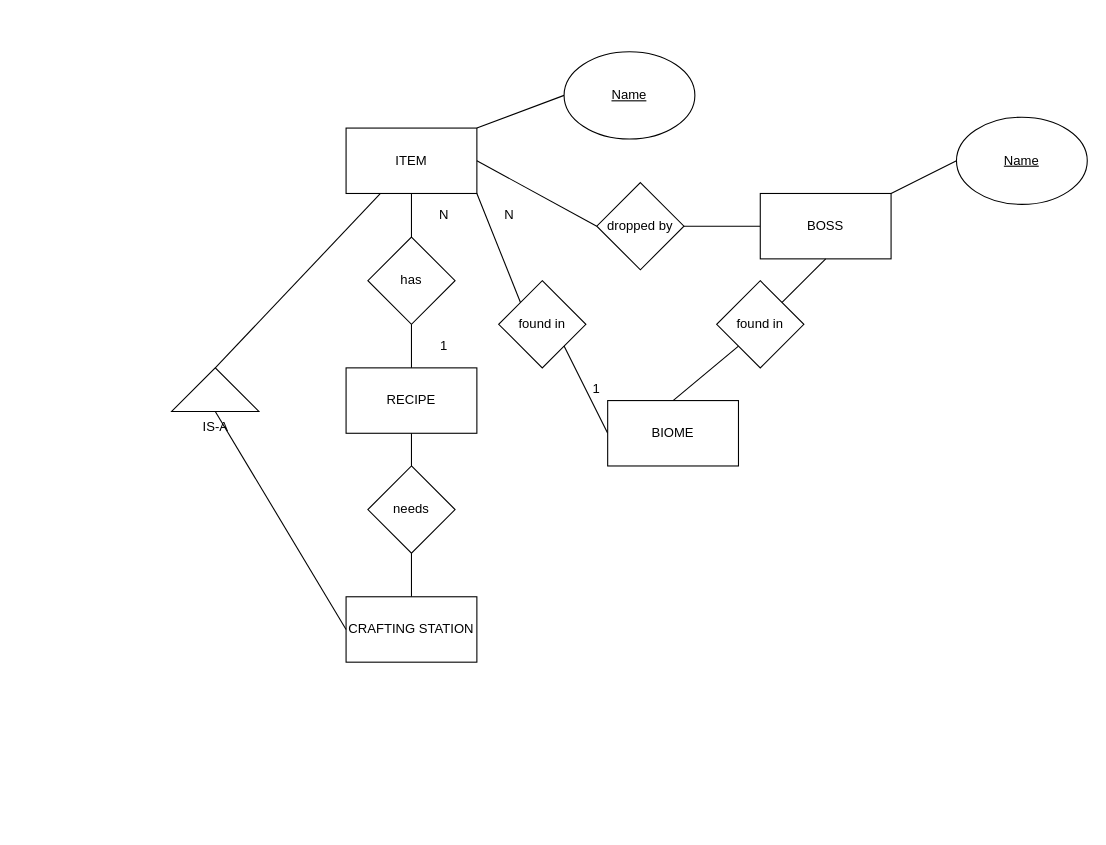
Earlier version of the draw.io diagram Terraria.drawio (ahridesu/guioes-BD). Source tidied: cells renumbered, new cells numbered last; positions are measured from the earlier drawing's top-left corner, leaving out a move shared by most shapes. Both pictures are drawn from the tidied source at 109%, with x=0, y=0 at pixel (171, 51).
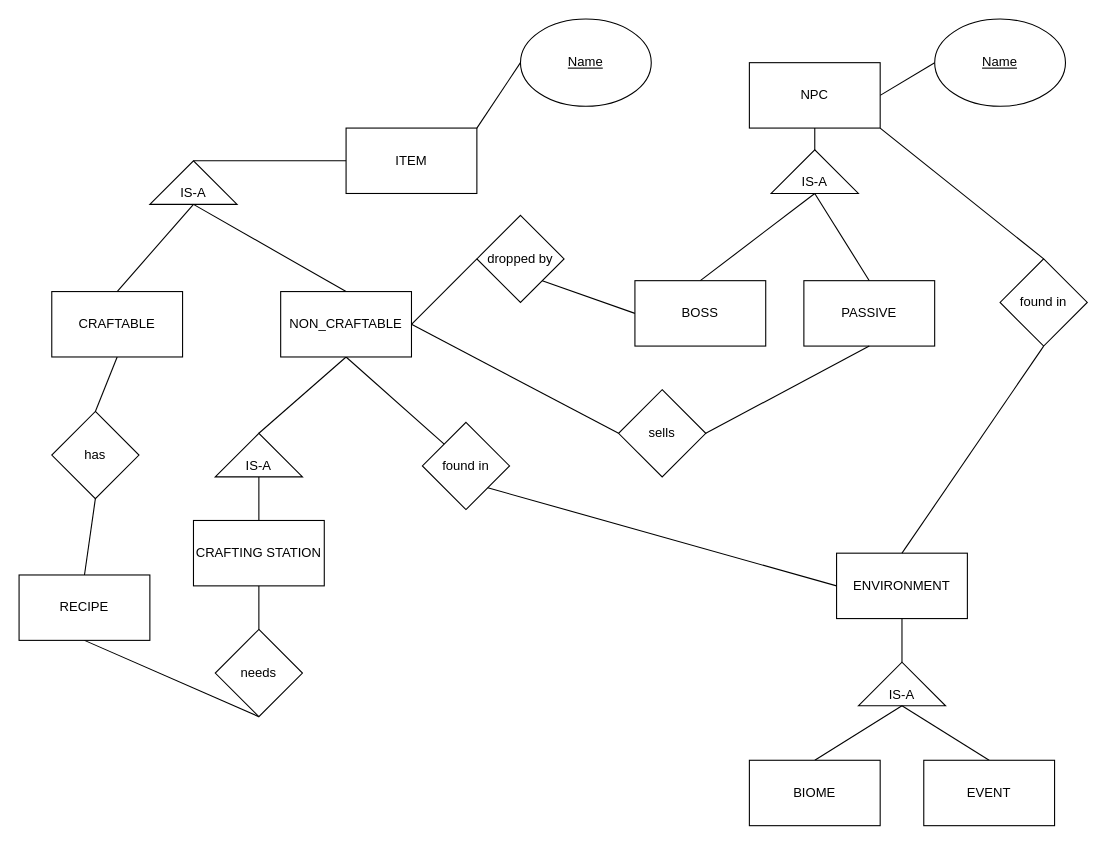
The same page after the edit.

Unchanged cells that the change refers to:
```xml
<mxCell id="2" value="ITEM" style="rounded=0;whiteSpace=wrap;html=1;" parent="1" vertex="1">
  <mxGeometry x="160" y="70" width="120" height="60" as="geometry" />
</mxCell>
```

What changed in the source:
```diff
@@
     <mxCell id="4" value="&lt;u&gt;Name&lt;/u&gt;" style="ellipse;whiteSpace=wrap;html=1;" parent="1" vertex="1">
-      <mxGeometry x="360" width="120" height="80" as="geometry" />
+      <mxGeometry x="320" y="-30" width="120" height="80" as="geometry" />
     </mxCell>
-    <mxCell id="5" style="endArrow=none;html=1;entryX=0.5;entryY=1;entryDx=0;entryDy=0;exitX=0.5;exitY=0;exitDx=0;exitDy=0;" parent="1" edge="1" source="6" target="2">
+    <mxCell id="5" style="endArrow=none;html=1;exitX=0.5;exitY=0;exitDx=0;exitDy=0;entryX=0.5;entryY=1;entryDx=0;entryDy=0;" parent="1" edge="1" source="6" target="34">
       <mxGeometry relative="1" as="geometry" />
     </mxCell>
     <mxCell id="6" value="has" style="rhombus;whiteSpace=wrap;html=1;" parent="1" vertex="1">
-      <mxGeometry x="180" y="170" width="80" height="80" as="geometry" />
+      <mxGeometry x="-110" y="330" width="80" height="80" as="geometry" />
     </mxCell>
-    <mxCell id="7" style="endArrow=none;html=1;entryX=0.5;entryY=1;entryDx=0;entryDy=0;exitX=0.5;exitY=0;exitDx=0;exitDy=0;" parent="1" edge="1" source="8" target="6">
+    <mxCell id="7" style="endArrow=none;html=1;exitX=0.5;exitY=0;exitDx=0;exitDy=0;entryX=0.5;entryY=1;entryDx=0;entryDy=0;" parent="1" edge="1" source="8" target="6">
       <mxGeometry relative="1" as="geometry" />
     </mxCell>
     <mxCell id="8" value="RECIPE" style="rounded=0;whiteSpace=wrap;html=1;" parent="1" vertex="1">
-      <mxGeometry x="160" y="290" width="120" height="60" as="geometry" />
+      <mxGeometry x="-140" y="480" width="120" height="60" as="geometry" />
     </mxCell>
-    <mxCell id="9" value="N" style="text;html=1;strokeColor=none;fillColor=none;align=center;verticalAlign=middle;whiteSpace=wrap;rounded=0;" parent="1" vertex="1">
-      <mxGeometry x="230" y="140" width="40" height="20" as="geometry" />
-    </mxCell>
-    <mxCell id="10" value="1" style="text;html=1;strokeColor=none;fillColor=none;align=center;verticalAlign=middle;whiteSpace=wrap;rounded=0;" parent="1" vertex="1">
-      <mxGeometry x="230" y="260" width="40" height="20" as="geometry" />
-    </mxCell>
     <mxCell id="11" value="found in" style="rhombus;whiteSpace=wrap;html=1;" parent="1" vertex="1">
-      <mxGeometry x="300" y="210" width="80" height="80" as="geometry" />
+      <mxGeometry x="230" y="340" width="80" height="80" as="geometry" />
     </mxCell>
-    <mxCell id="12" style="endArrow=none;html=1;entryX=0;entryY=0;entryDx=0;entryDy=0;exitX=1;exitY=1;exitDx=0;exitDy=0;" parent="1" edge="1" source="2" target="11">
+    <mxCell id="12" style="endArrow=none;html=1;entryX=0;entryY=0;entryDx=0;entryDy=0;exitX=0.5;exitY=1;exitDx=0;exitDy=0;" parent="1" edge="1" source="36" target="11">
       <mxGeometry relative="1" as="geometry" />
     </mxCell>
@@
-    <mxCell id="14" style="endArrow=none;html=1;entryX=0.5;entryY=1;entryDx=0;entryDy=0;exitX=0.5;exitY=0;exitDx=0;exitDy=0;" parent="1" edge="1" source="15" target="8">
+    <mxCell id="14" style="endArrow=none;html=1;exitX=0.5;exitY=1;exitDx=0;exitDy=0;entryX=0.5;entryY=1;entryDx=0;entryDy=0;" parent="1" edge="1" source="15" target="8">
       <mxGeometry relative="1" as="geometry" />
     </mxCell>
     <mxCell id="15" value="needs" style="rhombus;whiteSpace=wrap;html=1;" parent="1" vertex="1">
-      <mxGeometry x="180" y="380" width="80" height="80" as="geometry" />
+      <mxGeometry x="40" y="530" width="80" height="80" as="geometry" />
     </mxCell>
-    <mxCell id="16" style="endArrow=none;html=1;entryX=0.5;entryY=1;entryDx=0;entryDy=0;" parent="1" edge="1" target="15">
-      <mxGeometry relative="1" as="geometry">
-        <mxPoint x="220" y="500" as="sourcePoint" />
-      </mxGeometry>
+    <mxCell id="16" style="endArrow=none;html=1;entryX=0.5;entryY=0;entryDx=0;entryDy=0;exitX=0.5;exitY=1;exitDx=0;exitDy=0;" parent="1" edge="1" source="17" target="15">
+      <mxGeometry relative="1" as="geometry" />
     </mxCell>
     <mxCell id="17" value="CRAFTING STATION" style="rounded=0;whiteSpace=wrap;html=1;" parent="1" vertex="1">
-      <mxGeometry x="160" y="500" width="120" height="60" as="geometry" />
+      <mxGeometry x="20" y="430" width="120" height="60" as="geometry" />
     </mxCell>
-    <mxCell id="18" value="BIOME" style="rounded=0;whiteSpace=wrap;html=1;" parent="1" vertex="1">
-      <mxGeometry x="400" y="320" width="120" height="60" as="geometry" />
+    <mxCell id="18" value="ENVIRONMENT" style="rounded=0;whiteSpace=wrap;html=1;" parent="1" vertex="1">
+      <mxGeometry x="610" y="460" width="120" height="60" as="geometry" />
     </mxCell>
-    <mxCell id="19" style="endArrow=none;html=1;exitX=1;exitY=0.5;exitDx=0;exitDy=0;entryX=0;entryY=0.5;entryDx=0;entryDy=0;" parent="1" edge="1" source="2" target="20">
+    <mxCell id="19" style="endArrow=none;html=1;entryX=0;entryY=0.5;entryDx=0;entryDy=0;exitX=1;exitY=0.5;exitDx=0;exitDy=0;" parent="1" edge="1" source="36" target="20">
       <mxGeometry relative="1" as="geometry" />
     </mxCell>
     <mxCell id="20" value="dropped by" style="rhombus;whiteSpace=wrap;html=1;" parent="1" vertex="1">
-      <mxGeometry x="390" y="120" width="80" height="80" as="geometry" />
+      <mxGeometry x="280" y="150" width="80" height="80" as="geometry" />
     </mxCell>
-    <mxCell id="21" style="endArrow=none;html=1;exitX=1;exitY=0.5;exitDx=0;exitDy=0;entryX=0;entryY=0.5;entryDx=0;entryDy=0;" parent="1" edge="1" source="20" target="22">
+    <mxCell id="21" style="endArrow=none;html=1;exitX=1;exitY=1;exitDx=0;exitDy=0;entryX=0;entryY=0.5;entryDx=0;entryDy=0;" parent="1" edge="1" source="20" target="22">
       <mxGeometry relative="1" as="geometry" />
     </mxCell>
     <mxCell id="22" value="BOSS" style="rounded=0;whiteSpace=wrap;html=1;" parent="1" vertex="1">
-      <mxGeometry x="540" y="130" width="120" height="60" as="geometry" />
+      <mxGeometry x="425" y="210" width="120" height="60" as="geometry" />
     </mxCell>
-    <mxCell id="23" style="endArrow=none;html=1;exitX=1;exitY=0;exitDx=0;exitDy=0;entryX=0;entryY=0.5;entryDx=0;entryDy=0;" parent="1" edge="1" source="22" target="24">
+    <mxCell id="23" style="endArrow=none;html=1;exitX=1;exitY=0.5;exitDx=0;exitDy=0;entryX=0;entryY=0.5;entryDx=0;entryDy=0;" parent="1" edge="1" source="38" target="24">
       <mxGeometry relative="1" as="geometry" />
     </mxCell>
     <mxCell id="24" value="&lt;u&gt;Name&lt;/u&gt;" style="ellipse;whiteSpace=wrap;html=1;" parent="1" vertex="1">
-      <mxGeometry x="720" y="60" width="120" height="80" as="geometry" />
+      <mxGeometry x="700" y="-30" width="120" height="80" as="geometry" />
     </mxCell>
     <mxCell id="25" value="found in" style="rhombus;whiteSpace=wrap;html=1;" parent="1" vertex="1">
-      <mxGeometry x="500" y="210" width="80" height="80" as="geometry" />
+      <mxGeometry x="760" y="190" width="80" height="80" as="geometry" />
     </mxCell>
-    <mxCell id="26" style="endArrow=none;html=1;entryX=1;entryY=0;entryDx=0;entryDy=0;exitX=0.5;exitY=1;exitDx=0;exitDy=0;" parent="1" edge="1" source="22" target="25">
+    <mxCell id="26" style="endArrow=none;html=1;entryX=0.5;entryY=0;entryDx=0;entryDy=0;exitX=1;exitY=1;exitDx=0;exitDy=0;" parent="1" edge="1" source="38" target="25">
       <mxGeometry relative="1" as="geometry" />
     </mxCell>
-    <mxCell id="27" style="endArrow=none;html=1;exitX=0;exitY=1;exitDx=0;exitDy=0;entryX=0.5;entryY=0;entryDx=0;entryDy=0;" parent="1" edge="1" source="25" target="18">
+    <mxCell id="27" style="endArrow=none;html=1;exitX=0.5;exitY=1;exitDx=0;exitDy=0;entryX=0.5;entryY=0;entryDx=0;entryDy=0;" parent="1" edge="1" source="25" target="18">
       <mxGeometry relative="1" as="geometry" />
     </mxCell>
-    <mxCell id="28" style="endArrow=none;html=1;entryX=0;entryY=0;entryDx=40;entryDy=0;entryPerimeter=0;" parent="1" edge="1" source="2" target="29">
+    <mxCell id="28" style="endArrow=none;html=1;entryX=0;entryY=0;entryDx=40;entryDy=0;entryPerimeter=0;exitX=0;exitY=0.5;exitDx=0;exitDy=0;" parent="1" edge="1" source="2" target="29">
       <mxGeometry relative="1" as="geometry" />
     </mxCell>
-    <mxCell id="29" value="IS-A" style="verticalLabelPosition=bottom;verticalAlign=top;html=1;shape=mxgraph.basic.acute_triangle;dx=0.5;" parent="1" vertex="1">
-      <mxGeometry y="290" width="80" height="40" as="geometry" />
+    <mxCell id="29" style="verticalLabelPosition=bottom;verticalAlign=top;html=1;shape=mxgraph.basic.acute_triangle;dx=0.5;" parent="1" vertex="1">
+      <mxGeometry x="-20" y="100" width="80" height="40" as="geometry" />
     </mxCell>
-    <mxCell id="30" style="endArrow=none;html=1;exitX=0.5;exitY=1;exitDx=0;exitDy=0;exitPerimeter=0;entryX=0;entryY=0.5;entryDx=0;entryDy=0;" parent="1" edge="1" source="29" target="17">
+    <mxCell id="30" style="endArrow=none;html=1;exitX=0.5;exitY=1;exitDx=0;exitDy=0;entryX=0;entryY=0;entryDx=40;entryDy=0;entryPerimeter=0;" parent="1" edge="1" source="36" target="43">
       <mxGeometry relative="1" as="geometry" />
     </mxCell>
-    <mxCell id="31" value="N" style="text;html=1;strokeColor=none;fillColor=none;align=center;verticalAlign=middle;whiteSpace=wrap;rounded=0;" parent="1" vertex="1">
-      <mxGeometry x="290" y="140" width="40" height="20" as="geometry" />
-    </mxCell>
-    <mxCell id="32" value="1" style="text;html=1;strokeColor=none;fillColor=none;align=center;verticalAlign=middle;whiteSpace=wrap;rounded=0;" parent="1" vertex="1">
-      <mxGeometry x="370" y="300" width="40" height="20" as="geometry" />
-    </mxCell>
+    <mxCell id="33" style="endArrow=none;html=1;exitX=0.5;exitY=1;exitDx=0;exitDy=0;exitPerimeter=0;entryX=0.5;entryY=0;entryDx=0;entryDy=0;" parent="1" edge="1" source="29" target="34">
+      <mxGeometry relative="1" as="geometry" />
+    </mxCell>
+    <mxCell id="34" value="CRAFTABLE" style="rounded=0;whiteSpace=wrap;html=1;" parent="1" vertex="1">
+      <mxGeometry x="-110" y="220" width="120" height="60" as="geometry" />
+    </mxCell>
+    <mxCell id="35" style="endArrow=none;html=1;exitX=0.5;exitY=1;exitDx=0;exitDy=0;exitPerimeter=0;entryX=0.5;entryY=0;entryDx=0;entryDy=0;" parent="1" edge="1" source="29" target="36">
+      <mxGeometry relative="1" as="geometry" />
+    </mxCell>
+    <mxCell id="36" value="NON_CRAFTABLE" style="rounded=0;whiteSpace=wrap;html=1;" parent="1" vertex="1">
+      <mxGeometry x="100" y="220" width="120" height="60" as="geometry" />
+    </mxCell>
+    <mxCell id="37" value="IS-A" style="text;html=1;strokeColor=none;fillColor=none;align=center;verticalAlign=middle;whiteSpace=wrap;rounded=0;" parent="1" vertex="1">
+      <mxGeometry y="120" width="40" height="20" as="geometry" />
+    </mxCell>
+    <mxCell id="38" value="NPC" style="rounded=0;whiteSpace=wrap;html=1;" parent="1" vertex="1">
+      <mxGeometry x="530" y="10" width="120" height="60" as="geometry" />
+    </mxCell>
+    <mxCell id="39" style="verticalLabelPosition=bottom;verticalAlign=top;html=1;shape=mxgraph.basic.acute_triangle;dx=0.5;" parent="1" vertex="1">
+      <mxGeometry x="550" y="90" width="80" height="40" as="geometry" />
+    </mxCell>
+    <mxCell id="40" value="IS-A" style="text;html=1;strokeColor=none;fillColor=none;align=center;verticalAlign=middle;whiteSpace=wrap;rounded=0;" parent="1" vertex="1">
+      <mxGeometry x="570" y="110" width="40" height="20" as="geometry" />
+    </mxCell>
+    <mxCell id="41" style="endArrow=none;html=1;entryX=0.5;entryY=0;entryDx=0;entryDy=0;exitX=0.5;exitY=1;exitDx=0;exitDy=0;" parent="1" edge="1" source="40" target="22">
+      <mxGeometry relative="1" as="geometry" />
+    </mxCell>
+    <mxCell id="42" style="endArrow=none;html=1;exitX=0;exitY=0;exitDx=40;exitDy=0;exitPerimeter=0;entryX=0.5;entryY=1;entryDx=0;entryDy=0;" parent="1" edge="1" source="39" target="38">
+      <mxGeometry relative="1" as="geometry" />
+    </mxCell>
+    <mxCell id="43" style="verticalLabelPosition=bottom;verticalAlign=top;html=1;shape=mxgraph.basic.acute_triangle;dx=0.5;" parent="1" vertex="1">
+      <mxGeometry x="40" y="350" width="80" height="40" as="geometry" />
+    </mxCell>
+    <mxCell id="44" value="IS-A" style="text;html=1;strokeColor=none;fillColor=none;align=center;verticalAlign=middle;whiteSpace=wrap;rounded=0;" parent="1" vertex="1">
+      <mxGeometry x="60" y="370" width="40" height="20" as="geometry" />
+    </mxCell>
+    <mxCell id="45" style="endArrow=none;html=1;entryX=0.5;entryY=1;entryDx=0;entryDy=0;exitX=0.5;exitY=0;exitDx=0;exitDy=0;" parent="1" edge="1" source="17" target="44">
+      <mxGeometry relative="1" as="geometry" />
+    </mxCell>
+    <mxCell id="46" style="endArrow=none;html=1;entryX=0.5;entryY=1;entryDx=0;entryDy=0;exitX=0.5;exitY=0;exitDx=0;exitDy=0;" parent="1" edge="1" source="47" target="40">
+      <mxGeometry relative="1" as="geometry" />
+    </mxCell>
+    <mxCell id="47" value="PASSIVE" style="rounded=0;whiteSpace=wrap;html=1;" parent="1" vertex="1">
+      <mxGeometry x="580" y="210" width="120" height="60" as="geometry" />
+    </mxCell>
+    <mxCell id="48" style="endArrow=none;html=1;entryX=0.5;entryY=1;entryDx=0;entryDy=0;exitX=1;exitY=0.5;exitDx=0;exitDy=0;" parent="1" edge="1" source="49" target="47">
+      <mxGeometry relative="1" as="geometry" />
+    </mxCell>
+    <mxCell id="49" value="sells" style="rhombus;whiteSpace=wrap;html=1;" parent="1" vertex="1">
+      <mxGeometry x="410" y="310" width="80" height="80" as="geometry" />
+    </mxCell>
+    <mxCell id="50" style="endArrow=none;html=1;entryX=0;entryY=0.5;entryDx=0;entryDy=0;exitX=1;exitY=0.5;exitDx=0;exitDy=0;" parent="1" edge="1" source="36" target="49">
+      <mxGeometry relative="1" as="geometry" />
+    </mxCell>
+    <mxCell id="51" style="endArrow=none;html=1;entryX=0.5;entryY=1;entryDx=0;entryDy=0;exitX=0;exitY=0;exitDx=40;exitDy=0;exitPerimeter=0;" parent="1" edge="1" source="52" target="18">
+      <mxGeometry relative="1" as="geometry" />
+    </mxCell>
+    <mxCell id="52" style="verticalLabelPosition=bottom;verticalAlign=top;html=1;shape=mxgraph.basic.acute_triangle;dx=0.5;" parent="1" vertex="1">
+      <mxGeometry x="630" y="560" width="80" height="40" as="geometry" />
+    </mxCell>
+    <mxCell id="53" value="IS-A" style="text;html=1;strokeColor=none;fillColor=none;align=center;verticalAlign=middle;whiteSpace=wrap;rounded=0;" parent="1" vertex="1">
+      <mxGeometry x="650" y="580" width="40" height="20" as="geometry" />
+    </mxCell>
+    <mxCell id="54" style="endArrow=none;html=1;entryX=0.5;entryY=1;entryDx=0;entryDy=0;exitX=0.5;exitY=0;exitDx=0;exitDy=0;" parent="1" edge="1" source="56" target="53">
+      <mxGeometry relative="1" as="geometry" />
+    </mxCell>
+    <mxCell id="55" style="endArrow=none;html=1;exitX=0.5;exitY=1;exitDx=0;exitDy=0;entryX=0.5;entryY=0;entryDx=0;entryDy=0;" parent="1" edge="1" source="53" target="57">
+      <mxGeometry relative="1" as="geometry" />
+    </mxCell>
+    <mxCell id="56" value="BIOME" style="rounded=0;whiteSpace=wrap;html=1;" parent="1" vertex="1">
+      <mxGeometry x="530" y="650" width="120" height="60" as="geometry" />
+    </mxCell>
+    <mxCell id="57" value="EVENT" style="rounded=0;whiteSpace=wrap;html=1;" parent="1" vertex="1">
+      <mxGeometry x="690" y="650" width="120" height="60" as="geometry" />
+    </mxCell>
```
